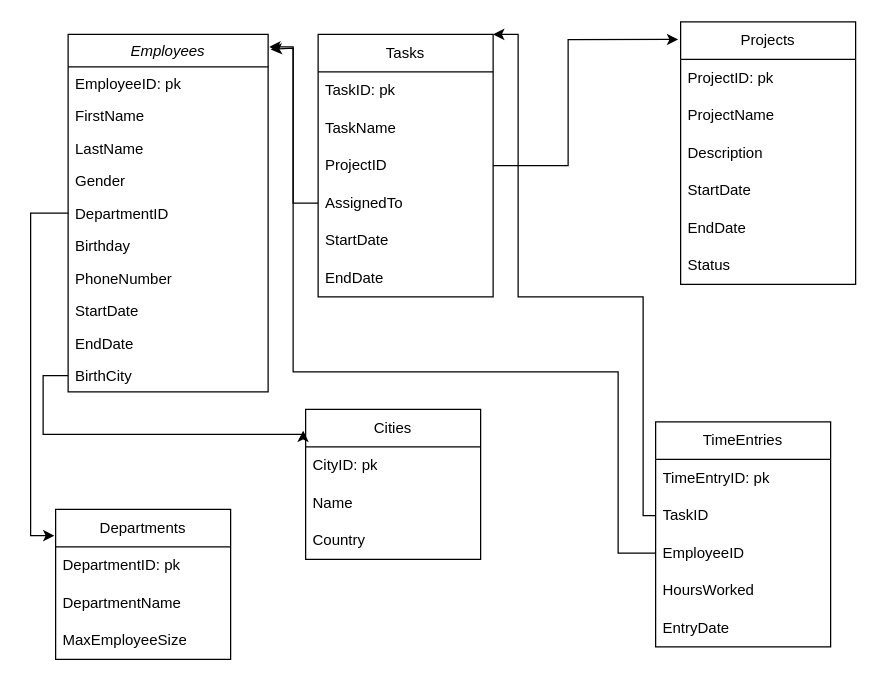
Above: ER-Diagram.drawio in Narges-Mntzr/Employee-Management-DataWarehouse (draw.io), before the change. Source tidied: cells renumbered, new cells numbered last; positions are measured from the earlier drawing's top-left corner, leaving out a move shared by most shapes. Both pictures are drawn from the tidied source at 125%, with x=0, y=0 at pixel (30, 21).
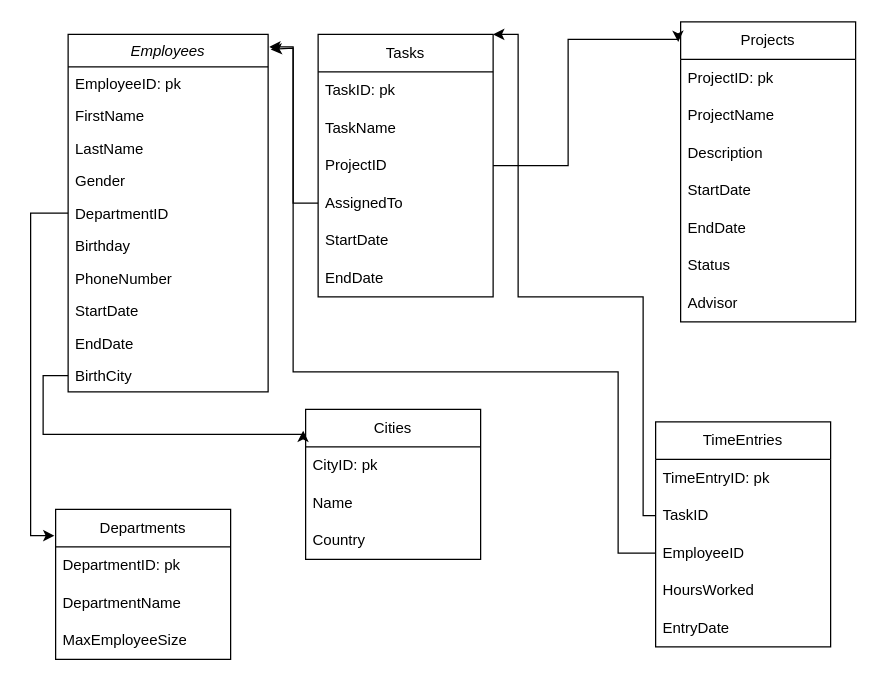
After the change.

Diff of the diagram source:
```diff
@@
     <mxCell id="13" value="Projects" style="swimlane;fontStyle=0;horizontal=1;startSize=30;whiteSpace=wrap;html=1;" parent="1" vertex="1">
-      <mxGeometry x="520" width="140" height="210" as="geometry" />
+      <mxGeometry x="520" width="140" height="240" as="geometry" />
     </mxCell>
@@
+    <mxCell id="47" value="Advisor" style="text;strokeColor=none;fillColor=none;align=left;verticalAlign=middle;spacingLeft=4;spacingRight=4;overflow=hidden;whiteSpace=wrap;html=1;" parent="13" vertex="1">
+      <mxGeometry y="210" width="140" height="30" as="geometry" />
+    </mxCell>
```
